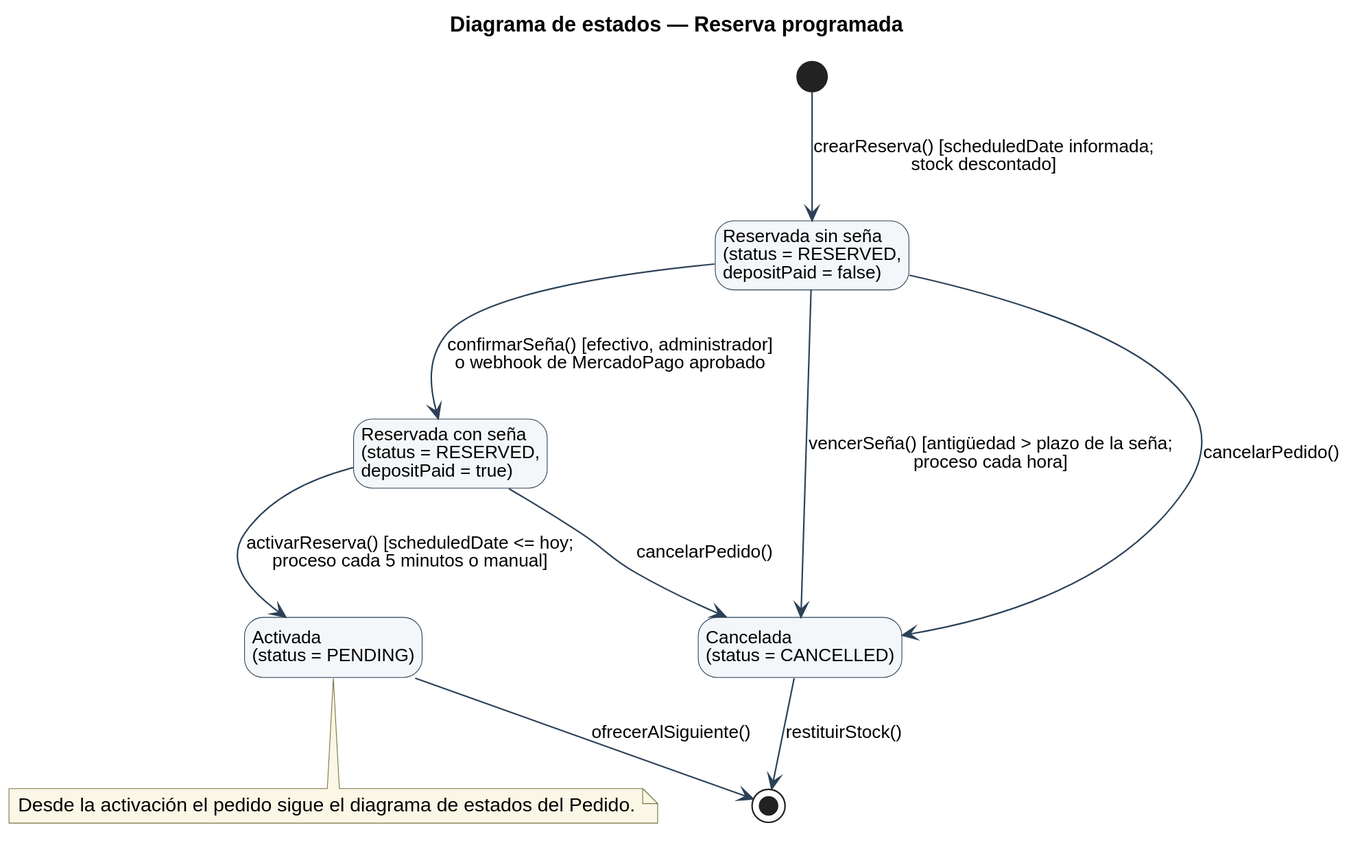
The PlantUML diagram diagramas/uml/UML_Estados_Reserva.svg in Nahuelito-Dev/splg-docs, before a commit. Its diagram source:
```plantuml
@startuml
title Diagrama de estados — Reserva programada
skinparam backgroundColor #FFFFFF
skinparam shadowing false
skinparam defaultFontName Helvetica
skinparam defaultFontSize 13
skinparam dpi 150
skinparam ArrowColor #2C4257
skinparam state {
  BorderColor #2C4257
  BackgroundColor #F4F7FA
  StartColor #2C4257
  EndColor #2C4257
  AttributeFontSize 12
}
skinparam ArrowFontSize 12
skinparam NoteBackgroundColor #FBF7E6
skinparam NoteBorderColor #7A7340
hide empty description
state "Reservada sin seña\n(status = RESERVED,\ndepositPaid = false)" as SIN
state "Reservada con seña\n(status = RESERVED,\ndepositPaid = true)" as CON
state "Activada\n(status = PENDING)" as ACT
state "Cancelada\n(status = CANCELLED)" as CAN

[*] --> SIN : crearReserva() [scheduledDate informada;\nstock descontado]
SIN --> CON : confirmarSeña() [efectivo, administrador]\no webhook de MercadoPago aprobado
CON --> ACT : activarReserva() [scheduledDate <= hoy;\nproceso cada 5 minutos o manual]
SIN --> CAN : vencerSeña() [antigüedad > plazo de la seña;\nproceso cada hora]
SIN --> CAN : cancelarPedido()
CON --> CAN : cancelarPedido()
CAN --> [*] : restituirStock()
ACT --> [*] : ofrecerAlSiguiente()

note bottom of ACT
  Desde la activación el pedido sigue el diagrama de estados del Pedido.
end note
@enduml
```
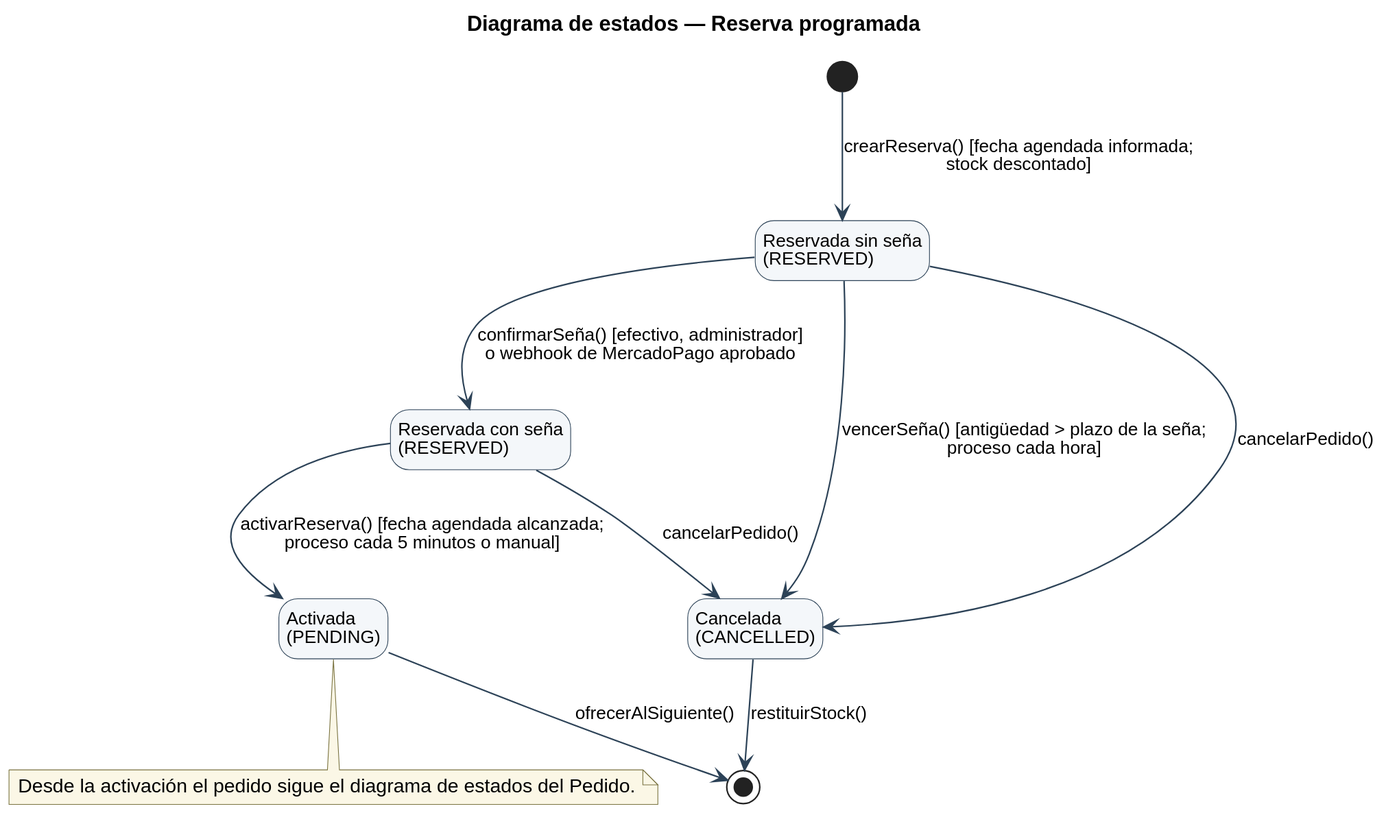
Later version of the same file.

The edit, as a diff of the source:
```diff
@@ -17,14 +17,14 @@
 skinparam NoteBackgroundColor #FBF7E6
 skinparam NoteBorderColor #7A7340
 hide empty description
-state "Reservada sin seña\n(status = RESERVED,\ndepositPaid = false)" as SIN
-state "Reservada con seña\n(status = RESERVED,\ndepositPaid = true)" as CON
-state "Activada\n(status = PENDING)" as ACT
-state "Cancelada\n(status = CANCELLED)" as CAN
+state "Reservada sin seña\n(RESERVED)" as SIN
+state "Reservada con seña\n(RESERVED)" as CON
+state "Activada\n(PENDING)" as ACT
+state "Cancelada\n(CANCELLED)" as CAN
 
-[*] --> SIN : crearReserva() [scheduledDate informada;\nstock descontado]
+[*] --> SIN : crearReserva() [fecha agendada informada;\nstock descontado]
 SIN --> CON : confirmarSeña() [efectivo, administrador]\no webhook de MercadoPago aprobado
-CON --> ACT : activarReserva() [scheduledDate <= hoy;\nproceso cada 5 minutos o manual]
+CON --> ACT : activarReserva() [fecha agendada alcanzada;\nproceso cada 5 minutos o manual]
 SIN --> CAN : vencerSeña() [antigüedad > plazo de la seña;\nproceso cada hora]
 SIN --> CAN : cancelarPedido()
 CON --> CAN : cancelarPedido()
```
